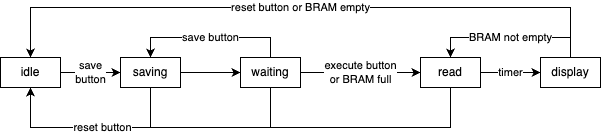
Above: FSM.png in jamesolee/MTRX3700-A1-Group17 (draw.io), before the change. Source tidied: cells renumbered, new cells last; positions are measured from the earlier drawing's top-left corner, leaving out a move shared by most shapes. Its diagram source:
```xml
<mxGraphModel>
  <root>
    <mxCell id="0" />
    <mxCell id="1" parent="0" />
    <mxCell id="2" value="save&lt;br&gt;button" style="edgeStyle=orthogonalEdgeStyle;rounded=0;jettySize=auto;html=1;" parent="1" edge="1" source="3" target="6">
      <mxGeometry relative="1" as="geometry" />
    </mxCell>
    <mxCell id="3" value="idle" style="rounded=0;whiteSpace=wrap;html=1;" parent="1" vertex="1">
      <mxGeometry y="50" width="60" height="30" as="geometry" />
    </mxCell>
    <mxCell id="4" style="edgeStyle=orthogonalEdgeStyle;rounded=0;jettySize=auto;html=1;" parent="1" edge="1" source="6" target="10">
      <mxGeometry relative="1" as="geometry" />
    </mxCell>
    <mxCell id="5" style="edgeStyle=orthogonalEdgeStyle;rounded=0;jettySize=auto;html=1;entryX=0.5;entryY=1;entryDx=0;entryDy=0;" parent="1" edge="1" source="6" target="3">
      <mxGeometry relative="1" as="geometry">
        <Array as="points">
          <mxPoint x="150" y="120" />
          <mxPoint x="30" y="120" />
        </Array>
      </mxGeometry>
    </mxCell>
    <mxCell id="6" value="saving" style="rounded=0;whiteSpace=wrap;html=1;" parent="1" vertex="1">
      <mxGeometry x="120" y="50" width="60" height="30" as="geometry" />
    </mxCell>
    <mxCell id="7" value="save button" style="edgeStyle=orthogonalEdgeStyle;rounded=0;jettySize=auto;html=1;entryX=0.5;entryY=0;entryDx=0;entryDy=0;" parent="1" edge="1" source="10" target="6">
      <mxGeometry relative="1" as="geometry">
        <Array as="points">
          <mxPoint x="270" y="30" />
          <mxPoint x="150" y="30" />
        </Array>
      </mxGeometry>
    </mxCell>
    <mxCell id="8" style="edgeStyle=orthogonalEdgeStyle;rounded=0;jettySize=auto;html=1;" parent="1" edge="1" source="10" target="3">
      <mxGeometry relative="1" as="geometry">
        <Array as="points">
          <mxPoint x="270" y="120" />
          <mxPoint x="30" y="120" />
        </Array>
      </mxGeometry>
    </mxCell>
    <mxCell id="9" value="execute button&lt;br&gt;or BRAM full" style="edgeStyle=orthogonalEdgeStyle;rounded=0;jettySize=auto;html=1;" parent="1" edge="1" source="10" target="13">
      <mxGeometry relative="1" as="geometry" />
    </mxCell>
    <mxCell id="10" value="waiting" style="rounded=0;whiteSpace=wrap;html=1;" parent="1" vertex="1">
      <mxGeometry x="240" y="50" width="60" height="30" as="geometry" />
    </mxCell>
    <mxCell id="11" value="reset button" style="edgeStyle=orthogonalEdgeStyle;rounded=0;jettySize=auto;html=1;entryX=0.5;entryY=1;entryDx=0;entryDy=0;" parent="1" edge="1" source="13" target="3">
      <mxGeometry x="0.55" relative="1" as="geometry">
        <Array as="points">
          <mxPoint x="450" y="120" />
          <mxPoint x="30" y="120" />
        </Array>
      </mxGeometry>
    </mxCell>
    <mxCell id="12" value="timer" style="edgeStyle=orthogonalEdgeStyle;rounded=0;jettySize=auto;html=1;" parent="1" edge="1" source="13" target="16">
      <mxGeometry relative="1" as="geometry" />
    </mxCell>
    <mxCell id="13" value="read" style="rounded=0;whiteSpace=wrap;html=1;" parent="1" vertex="1">
      <mxGeometry x="420" y="50" width="60" height="30" as="geometry" />
    </mxCell>
    <mxCell id="14" value="BRAM not empty" style="edgeStyle=orthogonalEdgeStyle;rounded=0;jettySize=auto;html=1;entryX=0.5;entryY=0;entryDx=0;entryDy=0;" parent="1" edge="1" source="16" target="13">
      <mxGeometry relative="1" as="geometry">
        <Array as="points">
          <mxPoint x="570" y="30" />
          <mxPoint x="450" y="30" />
        </Array>
      </mxGeometry>
    </mxCell>
    <mxCell id="15" value="reset button or BRAM empty" style="edgeStyle=orthogonalEdgeStyle;rounded=0;jettySize=auto;html=1;entryX=0.5;entryY=0;entryDx=0;entryDy=0;" parent="1" edge="1" source="16" target="3">
      <mxGeometry relative="1" as="geometry">
        <Array as="points">
          <mxPoint x="570" />
          <mxPoint x="30" />
        </Array>
      </mxGeometry>
    </mxCell>
    <mxCell id="16" value="display" style="rounded=0;whiteSpace=wrap;html=1;" parent="1" vertex="1">
      <mxGeometry x="540" y="50" width="60" height="30" as="geometry" />
    </mxCell>
  </root>
</mxGraphModel>
```
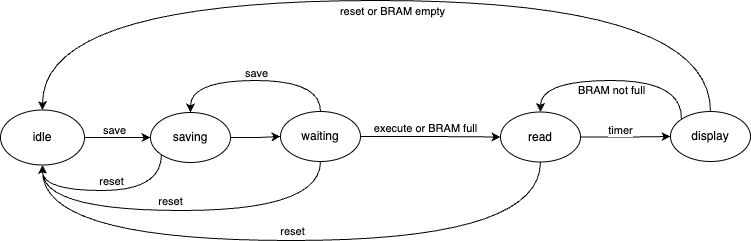
After the change.

Commit message:
Final SBD and FSM diagrams

Diff of the diagram source:
```diff
@@ -2,80 +2,125 @@
   <root>
     <mxCell id="0" />
     <mxCell id="1" parent="0" />
-    <mxCell id="2" value="save&lt;br&gt;button" style="edgeStyle=orthogonalEdgeStyle;rounded=0;jettySize=auto;html=1;" parent="1" edge="1" source="3" target="6">
+    <mxCell id="2" style="edgeStyle=orthogonalEdgeStyle;rounded=0;jettySize=auto;html=1;exitX=1;exitY=0.5;exitDx=0;exitDy=0;entryX=0;entryY=0.5;entryDx=0;entryDy=0;" parent="1" edge="1" source="3" target="6">
       <mxGeometry relative="1" as="geometry" />
     </mxCell>
+    <mxCell id="17" value="save" style="edgeLabel;html=1;align=center;verticalAlign=middle;" parent="2" vertex="1">
+      <mxGeometry x="-0.12" relative="1" as="geometry">
+        <mxPoint y="-8" as="offset" />
+      </mxGeometry>
+    </mxCell>
-    <mxCell id="3" value="idle" style="rounded=0;whiteSpace=wrap;html=1;" parent="1" vertex="1">
-      <mxGeometry y="50" width="60" height="30" as="geometry" />
+    <mxCell id="3" value="idle" style="ellipse;whiteSpace=wrap;html=1;" parent="1" vertex="1">
+      <mxGeometry x="70" y="139.5" width="84" height="55" as="geometry" />
     </mxCell>
-    <mxCell id="4" style="edgeStyle=orthogonalEdgeStyle;rounded=0;jettySize=auto;html=1;" parent="1" edge="1" source="6" target="10">
+    <mxCell id="4" style="edgeStyle=orthogonalEdgeStyle;rounded=0;jettySize=auto;html=1;exitX=1;exitY=0.5;exitDx=0;exitDy=0;entryX=0;entryY=0.5;entryDx=0;entryDy=0;" parent="1" edge="1" source="6" target="10">
       <mxGeometry relative="1" as="geometry" />
     </mxCell>
-    <mxCell id="5" style="edgeStyle=orthogonalEdgeStyle;rounded=0;jettySize=auto;html=1;entryX=0.5;entryY=1;entryDx=0;entryDy=0;" parent="1" edge="1" source="6" target="3">
+    <mxCell id="5" style="edgeStyle=orthogonalEdgeStyle;rounded=0;jettySize=auto;html=1;exitX=0;exitY=1;exitDx=0;exitDy=0;entryX=0.5;entryY=1;entryDx=0;entryDy=0;curved=1;" parent="1" edge="1" source="6" target="3">
       <mxGeometry relative="1" as="geometry">
         <Array as="points">
-          <mxPoint x="150" y="120" />
-          <mxPoint x="30" y="120" />
+          <mxPoint x="231" y="220" />
+          <mxPoint x="112" y="220" />
         </Array>
       </mxGeometry>
     </mxCell>
+    <mxCell id="18" value="reset" style="edgeLabel;html=1;align=center;verticalAlign=middle;" parent="5" vertex="1">
+      <mxGeometry x="-0.02" relative="1" as="geometry">
+        <mxPoint x="1" y="-10" as="offset" />
+      </mxGeometry>
+    </mxCell>
-    <mxCell id="6" value="saving" style="rounded=0;whiteSpace=wrap;html=1;" parent="1" vertex="1">
-      <mxGeometry x="120" y="50" width="60" height="30" as="geometry" />
+    <mxCell id="6" value="saving" style="ellipse;whiteSpace=wrap;html=1;" parent="1" vertex="1">
+      <mxGeometry x="220" y="142" width="80" height="50" as="geometry" />
     </mxCell>
+    <mxCell id="9" style="edgeStyle=orthogonalEdgeStyle;rounded=0;jettySize=auto;html=1;exitX=1;exitY=0.5;exitDx=0;exitDy=0;entryX=0;entryY=0.5;entryDx=0;entryDy=0;" parent="1" edge="1" source="10" target="13">
+      <mxGeometry relative="1" as="geometry" />
+    </mxCell>
+    <mxCell id="19" value="execute or BRAM full" style="edgeLabel;html=1;align=center;verticalAlign=middle;" parent="9" vertex="1">
+      <mxGeometry x="-0.09" y="-2" relative="1" as="geometry">
+        <mxPoint y="-11" as="offset" />
+      </mxGeometry>
+    </mxCell>
-    <mxCell id="7" value="save button" style="edgeStyle=orthogonalEdgeStyle;rounded=0;jettySize=auto;html=1;entryX=0.5;entryY=0;entryDx=0;entryDy=0;" parent="1" edge="1" source="10" target="6">
+    <mxCell id="7" style="edgeStyle=orthogonalEdgeStyle;rounded=0;jettySize=auto;html=1;exitX=0.5;exitY=0;exitDx=0;exitDy=0;entryX=0.5;entryY=0;entryDx=0;entryDy=0;curved=1;" parent="1" edge="1" source="10" target="6">
       <mxGeometry relative="1" as="geometry">
         <Array as="points">
-          <mxPoint x="270" y="30" />
-          <mxPoint x="150" y="30" />
+          <mxPoint x="390" y="110" />
+          <mxPoint x="260" y="110" />
         </Array>
       </mxGeometry>
     </mxCell>
+    <mxCell id="20" value="save" style="edgeLabel;html=1;align=center;verticalAlign=middle;" parent="7" vertex="1">
+      <mxGeometry x="-0.01" y="-5" relative="1" as="geometry">
+        <mxPoint y="-3" as="offset" />
+      </mxGeometry>
+    </mxCell>
-    <mxCell id="8" style="edgeStyle=orthogonalEdgeStyle;rounded=0;jettySize=auto;html=1;" parent="1" edge="1" source="10" target="3">
+    <mxCell id="8" style="edgeStyle=orthogonalEdgeStyle;rounded=0;jettySize=auto;html=1;exitX=0.5;exitY=1;exitDx=0;exitDy=0;entryX=0.5;entryY=1;entryDx=0;entryDy=0;curved=1;" parent="1" edge="1" source="10" target="3">
       <mxGeometry relative="1" as="geometry">
         <Array as="points">
-          <mxPoint x="270" y="120" />
-          <mxPoint x="30" y="120" />
+          <mxPoint x="390" y="240" />
+          <mxPoint x="112" y="240" />
         </Array>
       </mxGeometry>
     </mxCell>
-    <mxCell id="9" value="execute button&lt;br&gt;or BRAM full" style="edgeStyle=orthogonalEdgeStyle;rounded=0;jettySize=auto;html=1;" parent="1" edge="1" source="10" target="13">
-      <mxGeometry relative="1" as="geometry" />
-    </mxCell>
+    <mxCell id="21" value="reset" style="edgeLabel;html=1;align=center;verticalAlign=middle;" parent="8" vertex="1">
+      <mxGeometry x="0.07" relative="1" as="geometry">
+        <mxPoint y="-10" as="offset" />
+      </mxGeometry>
+    </mxCell>
-    <mxCell id="10" value="waiting" style="rounded=0;whiteSpace=wrap;html=1;" parent="1" vertex="1">
-      <mxGeometry x="240" y="50" width="60" height="30" as="geometry" />
+    <mxCell id="10" value="waiting" style="ellipse;whiteSpace=wrap;html=1;" parent="1" vertex="1">
+      <mxGeometry x="350" y="141" width="80" height="50" as="geometry" />
     </mxCell>
+    <mxCell id="22" style="edgeStyle=orthogonalEdgeStyle;rounded=0;jettySize=auto;html=1;exitX=1;exitY=0.5;exitDx=0;exitDy=0;entryX=0;entryY=0.5;entryDx=0;entryDy=0;" parent="1" edge="1" source="13" target="16">
+      <mxGeometry relative="1" as="geometry" />
+    </mxCell>
+    <mxCell id="12" value="timer" style="edgeLabel;html=1;align=center;verticalAlign=middle;" parent="22" vertex="1">
+      <mxGeometry x="-0.17" y="-1" relative="1" as="geometry">
+        <mxPoint x="1" y="-8" as="offset" />
+      </mxGeometry>
+    </mxCell>
-    <mxCell id="11" value="reset button" style="edgeStyle=orthogonalEdgeStyle;rounded=0;jettySize=auto;html=1;entryX=0.5;entryY=1;entryDx=0;entryDy=0;" parent="1" edge="1" source="13" target="3">
-      <mxGeometry x="0.55" relative="1" as="geometry">
+    <mxCell id="11" style="edgeStyle=orthogonalEdgeStyle;rounded=0;jettySize=auto;html=1;exitX=0.5;exitY=1;exitDx=0;exitDy=0;entryX=0.5;entryY=1;entryDx=0;entryDy=0;curved=1;" parent="1" edge="1" source="13" target="3">
+      <mxGeometry relative="1" as="geometry">
         <Array as="points">
-          <mxPoint x="450" y="120" />
-          <mxPoint x="30" y="120" />
+          <mxPoint x="610" y="270" />
+          <mxPoint x="112" y="270" />
         </Array>
       </mxGeometry>
     </mxCell>
-    <mxCell id="12" value="timer" style="edgeStyle=orthogonalEdgeStyle;rounded=0;jettySize=auto;html=1;" parent="1" edge="1" source="13" target="16">
-      <mxGeometry relative="1" as="geometry" />
-    </mxCell>
+    <mxCell id="23" value="reset" style="edgeLabel;html=1;align=center;verticalAlign=middle;" parent="11" vertex="1">
+      <mxGeometry x="-0.05" y="-1" relative="1" as="geometry">
+        <mxPoint x="-18" y="-9" as="offset" />
+      </mxGeometry>
+    </mxCell>
-    <mxCell id="13" value="read" style="rounded=0;whiteSpace=wrap;html=1;" parent="1" vertex="1">
-      <mxGeometry x="420" y="50" width="60" height="30" as="geometry" />
+    <mxCell id="13" value="read" style="ellipse;whiteSpace=wrap;html=1;" parent="1" vertex="1">
+      <mxGeometry x="570" y="141.5" width="80" height="50" as="geometry" />
     </mxCell>
-    <mxCell id="14" value="BRAM not empty" style="edgeStyle=orthogonalEdgeStyle;rounded=0;jettySize=auto;html=1;entryX=0.5;entryY=0;entryDx=0;entryDy=0;" parent="1" edge="1" source="16" target="13">
+    <mxCell id="14" style="edgeStyle=orthogonalEdgeStyle;rounded=0;jettySize=auto;html=1;exitX=0;exitY=0;exitDx=0;exitDy=0;entryX=0.5;entryY=0;entryDx=0;entryDy=0;curved=1;" parent="1" edge="1" source="16" target="13">
       <mxGeometry relative="1" as="geometry">
         <Array as="points">
-          <mxPoint x="570" y="30" />
-          <mxPoint x="450" y="30" />
+          <mxPoint x="752" y="110" />
+          <mxPoint x="610" y="110" />
         </Array>
       </mxGeometry>
     </mxCell>
+    <mxCell id="24" value="BRAM not full" style="edgeLabel;html=1;align=center;verticalAlign=middle;" parent="14" vertex="1">
+      <mxGeometry x="0.04" y="-3" relative="1" as="geometry">
+        <mxPoint y="12" as="offset" />
+      </mxGeometry>
+    </mxCell>
-    <mxCell id="15" value="reset button or BRAM empty" style="edgeStyle=orthogonalEdgeStyle;rounded=0;jettySize=auto;html=1;entryX=0.5;entryY=0;entryDx=0;entryDy=0;" parent="1" edge="1" source="16" target="3">
+    <mxCell id="15" style="edgeStyle=orthogonalEdgeStyle;rounded=0;jettySize=auto;html=1;exitX=0.5;exitY=0;exitDx=0;exitDy=0;entryX=0.5;entryY=0;entryDx=0;entryDy=0;curved=1;" parent="1" edge="1" source="16" target="3">
       <mxGeometry relative="1" as="geometry">
         <Array as="points">
-          <mxPoint x="570" />
-          <mxPoint x="30" />
+          <mxPoint x="780" y="30" />
+          <mxPoint x="112" y="30" />
         </Array>
       </mxGeometry>
     </mxCell>
+    <mxCell id="25" value="reset or BRAM empty" style="edgeLabel;html=1;align=center;verticalAlign=middle;" parent="15" vertex="1">
+      <mxGeometry x="-0.06" relative="1" as="geometry">
+        <mxPoint x="-12" y="10" as="offset" />
+      </mxGeometry>
+    </mxCell>
-    <mxCell id="16" value="display" style="rounded=0;whiteSpace=wrap;html=1;" parent="1" vertex="1">
-      <mxGeometry x="540" y="50" width="60" height="30" as="geometry" />
+    <mxCell id="16" value="display" style="ellipse;whiteSpace=wrap;html=1;" parent="1" vertex="1">
+      <mxGeometry x="740" y="141" width="80" height="50" as="geometry" />
     </mxCell>
   </root>
 </mxGraphModel>
```
